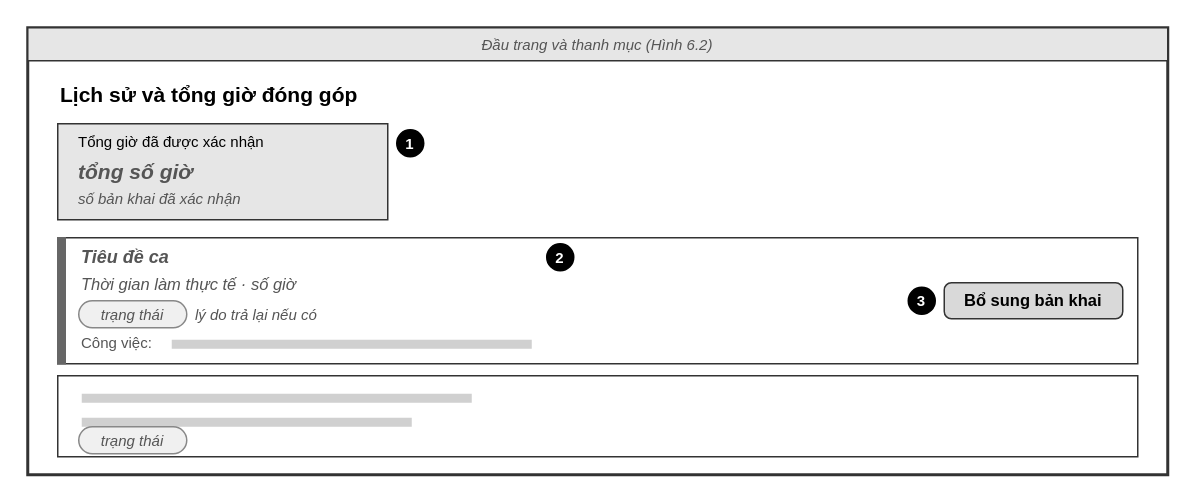
Above: docs/giao_dien/drawio/M13_Lich_su_va_tong_gio.drawio in kanishere55/OOSD_NenTangDieuPhoi_TNV (draw.io), before the change. Source tidied: cells renumbered, new cells numbered last; positions are measured from the earlier drawing's top-left corner, leaving out a move shared by most shapes. Both pictures are drawn from the tidied source at 150%, with x=0, y=0 at pixel (27, 27).
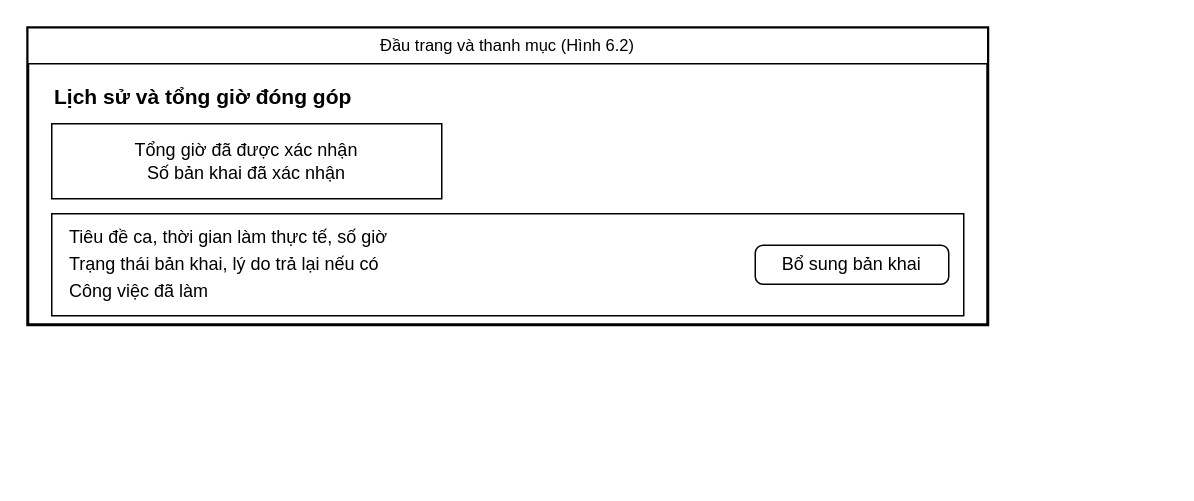
Above is the later version.

The edit, as a diff of the source:
```diff
@@
-    <mxCell id="2" style="rounded=0;whiteSpace=wrap;html=1;fillColor=#ffffff;strokeColor=#333333;strokeWidth=2;" parent="1" vertex="1">
-      <mxGeometry width="760" height="298" as="geometry" />
+    <mxCell id="2" style="rounded=0;whiteSpace=wrap;html=1;fillColor=#ffffff;strokeColor=#000000;strokeWidth=2;" parent="1" vertex="1">
+      <mxGeometry width="640" height="198" as="geometry" />
     </mxCell>
-    <mxCell id="3" value="Đầu trang và thanh mục (Hình 6.2)" style="rounded=0;whiteSpace=wrap;html=1;fillColor=#e6e6e6;strokeColor=#333333;fontSize=10;fontStyle=2;fontColor=#555555;" parent="1" vertex="1">
-      <mxGeometry width="760" height="22" as="geometry" />
+    <mxCell id="3" value="Đầu trang và thanh mục (Hình 6.2)" style="rounded=0;whiteSpace=wrap;html=1;fillColor=#ffffff;strokeColor=#000000;fontColor=#000000;fontSize=11;align=center;" parent="1" vertex="1">
+      <mxGeometry width="640" height="24" as="geometry" />
     </mxCell>
-    <mxCell id="4" value="Lịch sử và tổng giờ đóng góp" style="text;html=1;strokeColor=none;fillColor=none;align=left;verticalAlign=middle;whiteSpace=wrap;rounded=0;fontSize=14;fontStyle=1;fontColor=#000000;" parent="1" vertex="1">
-      <mxGeometry x="20" y="34" width="400" height="22" as="geometry" />
+    <mxCell id="4" value="Lịch sử và tổng giờ đóng góp" style="text;html=1;strokeColor=none;fillColor=none;whiteSpace=wrap;verticalAlign=middle;fontColor=#000000;align=left;fontSize=14;fontStyle=1;" parent="1" vertex="1">
+      <mxGeometry x="16" y="34" width="400" height="24" as="geometry" />
     </mxCell>
-    <mxCell id="5" style="rounded=0;arcSize=8;whiteSpace=wrap;html=1;fillColor=#e6e6e6;strokeColor=#333333;" parent="1" vertex="1">
-      <mxGeometry x="20" y="64" width="220" height="64" as="geometry" />
+    <mxCell id="5" value="Tổng giờ đã được xác nhận&lt;br&gt;Số bản khai đã xác nhận" style="rounded=0;whiteSpace=wrap;html=1;fillColor=#ffffff;strokeColor=#000000;fontColor=#000000;fontSize=12;align=center;" parent="1" vertex="1">
+      <mxGeometry x="16" y="64" width="260" height="50" as="geometry" />
     </mxCell>
-    <mxCell id="6" value="Tổng giờ đã được xác nhận" style="text;html=1;strokeColor=none;fillColor=none;align=left;verticalAlign=middle;whiteSpace=wrap;rounded=0;fontSize=10;fontStyle=0;fontColor=#000000;" parent="1" vertex="1">
-      <mxGeometry x="32" y="68" width="200" height="16" as="geometry" />
+    <mxCell id="6" style="rounded=0;whiteSpace=wrap;html=1;fillColor=#ffffff;strokeColor=#000000;fontColor=#000000;fontSize=12;align=center;" parent="1" vertex="1">
+      <mxGeometry x="16" y="124" width="608" height="68" as="geometry" />
     </mxCell>
-    <mxCell id="7" value="tổng số giờ" style="text;html=1;strokeColor=none;fillColor=none;align=left;verticalAlign=middle;whiteSpace=wrap;rounded=0;fontSize=14;fontStyle=3;fontColor=#555555;" parent="1" vertex="1">
-      <mxGeometry x="32" y="86" width="150" height="20" as="geometry" />
+    <mxCell id="7" value="Tiêu đề ca, thời gian làm thực tế, số giờ" style="text;html=1;strokeColor=none;fillColor=none;whiteSpace=wrap;verticalAlign=middle;fontColor=#000000;align=left;fontSize=12;fontStyle=0;" parent="1" vertex="1">
+      <mxGeometry x="26" y="131" width="588" height="18" as="geometry" />
     </mxCell>
-    <mxCell id="8" value="số bản khai đã xác nhận" style="text;html=1;strokeColor=none;fillColor=none;align=left;verticalAlign=middle;whiteSpace=wrap;rounded=0;fontSize=10;fontStyle=2;fontColor=#555555;" parent="1" vertex="1">
-      <mxGeometry x="32" y="106" width="150" height="16" as="geometry" />
+    <mxCell id="8" value="Trạng thái bản khai, lý do trả lại nếu có" style="text;html=1;strokeColor=none;fillColor=none;whiteSpace=wrap;verticalAlign=middle;fontColor=#000000;align=left;fontSize=12;fontStyle=0;" parent="1" vertex="1">
+      <mxGeometry x="26" y="149" width="588" height="18" as="geometry" />
     </mxCell>
-    <mxCell id="9" value="1" style="ellipse;whiteSpace=wrap;html=1;fillColor=#000000;strokeColor=#000000;fontColor=#ffffff;fontSize=10;fontStyle=1;" parent="1" vertex="1">
-      <mxGeometry x="246" y="68" width="18" height="18" as="geometry" />
+    <mxCell id="9" value="Công việc đã làm" style="text;html=1;strokeColor=none;fillColor=none;whiteSpace=wrap;verticalAlign=middle;fontColor=#000000;align=left;fontSize=12;fontStyle=0;" parent="1" vertex="1">
+      <mxGeometry x="26" y="167" width="588" height="18" as="geometry" />
     </mxCell>
-    <mxCell id="10" style="rounded=0;arcSize=8;whiteSpace=wrap;html=1;fillColor=#ffffff;strokeColor=#333333;" parent="1" vertex="1">
-      <mxGeometry x="20" y="140" width="720" height="84" as="geometry" />
+    <mxCell id="10" value="Bổ sung bản khai" style="rounded=1;arcSize=20;whiteSpace=wrap;html=1;fillColor=#ffffff;strokeColor=#000000;fontColor=#000000;fontSize=12;" parent="1" vertex="1">
+      <mxGeometry x="485" y="145" width="129" height="26" as="geometry" />
     </mxCell>
-    <mxCell id="11" style="rounded=0;arcSize=8;whiteSpace=wrap;html=1;fillColor=#666666;strokeColor=#666666;" parent="1" vertex="1">
-      <mxGeometry x="20" y="140" width="5" height="84" as="geometry" />
-    </mxCell>
-    <mxCell id="12" value="Tiêu đề ca" style="text;html=1;strokeColor=none;fillColor=none;align=left;verticalAlign=middle;whiteSpace=wrap;rounded=0;fontSize=12;fontStyle=3;fontColor=#555555;" parent="1" vertex="1">
-      <mxGeometry x="34" y="144" width="300" height="18" as="geometry" />
-    </mxCell>
-    <mxCell id="13" value="Thời gian làm thực tế · số giờ" style="text;html=1;strokeColor=none;fillColor=none;align=left;verticalAlign=middle;whiteSpace=wrap;rounded=0;fontSize=11;fontStyle=2;fontColor=#555555;" parent="1" vertex="1">
-      <mxGeometry x="34" y="162" width="300" height="18" as="geometry" />
-    </mxCell>
-    <mxCell id="14" value="trạng thái" style="rounded=1;arcSize=50;whiteSpace=wrap;html=1;fontSize=10;fontStyle=2;fontColor=#555555;fillColor=#f0f0f0;strokeColor=#888888;" parent="1" vertex="1">
-      <mxGeometry x="34" y="182" width="72" height="18" as="geometry" />
-    </mxCell>
-    <mxCell id="15" value="lý do trả lại nếu có" style="text;html=1;strokeColor=none;fillColor=none;align=left;verticalAlign=middle;whiteSpace=wrap;rounded=0;fontSize=10;fontStyle=2;fontColor=#555555;" parent="1" vertex="1">
-      <mxGeometry x="110" y="182" width="240" height="18" as="geometry" />
-    </mxCell>
-    <mxCell id="16" value="Công việc:" style="text;html=1;strokeColor=none;fillColor=none;align=left;verticalAlign=middle;whiteSpace=wrap;rounded=0;fontSize=10;fontStyle=0;fontColor=#555555;" parent="1" vertex="1">
-      <mxGeometry x="34" y="202" width="70" height="16" as="geometry" />
-    </mxCell>
-    <mxCell id="17" style="rounded=0;whiteSpace=wrap;html=1;fillColor=#d0d0d0;strokeColor=none;" parent="1" vertex="1">
-      <mxGeometry x="96" y="208" width="240" height="6" as="geometry" />
-    </mxCell>
-    <mxCell id="18" value="2" style="ellipse;whiteSpace=wrap;html=1;fillColor=#000000;strokeColor=#000000;fontColor=#ffffff;fontSize=10;fontStyle=1;" parent="1" vertex="1">
-      <mxGeometry x="346" y="144" width="18" height="18" as="geometry" />
-    </mxCell>
-    <mxCell id="19" value="Bổ sung bản khai" style="rounded=1;arcSize=20;whiteSpace=wrap;html=1;fontSize=11;strokeColor=#333333;fillColor=#d9d9d9;fontStyle=1;" parent="1" vertex="1">
-      <mxGeometry x="611" y="170" width="119" height="24" as="geometry" />
-    </mxCell>
-    <mxCell id="20" value="3" style="ellipse;whiteSpace=wrap;html=1;fillColor=#000000;strokeColor=#000000;fontColor=#ffffff;fontSize=10;fontStyle=1;" parent="1" vertex="1">
-      <mxGeometry x="587" y="173" width="18" height="18" as="geometry" />
-    </mxCell>
-    <mxCell id="21" style="rounded=0;arcSize=8;whiteSpace=wrap;html=1;fillColor=#ffffff;strokeColor=#333333;" parent="1" vertex="1">
-      <mxGeometry x="20" y="232" width="720" height="54" as="geometry" />
-    </mxCell>
-    <mxCell id="22" style="rounded=0;whiteSpace=wrap;html=1;fillColor=#d0d0d0;strokeColor=none;" parent="1" vertex="1">
-      <mxGeometry x="36" y="244" width="260" height="6" as="geometry" />
-    </mxCell>
-    <mxCell id="23" style="rounded=0;whiteSpace=wrap;html=1;fillColor=#d0d0d0;strokeColor=none;" parent="1" vertex="1">
-      <mxGeometry x="36" y="260" width="220" height="6" as="geometry" />
-    </mxCell>
-    <mxCell id="24" value="trạng thái" style="rounded=1;arcSize=50;whiteSpace=wrap;html=1;fontSize=10;fontStyle=2;fontColor=#555555;fillColor=#f0f0f0;strokeColor=#888888;" parent="1" vertex="1">
-      <mxGeometry x="34" y="266" width="72" height="18" as="geometry" />
-    </mxCell>
```
